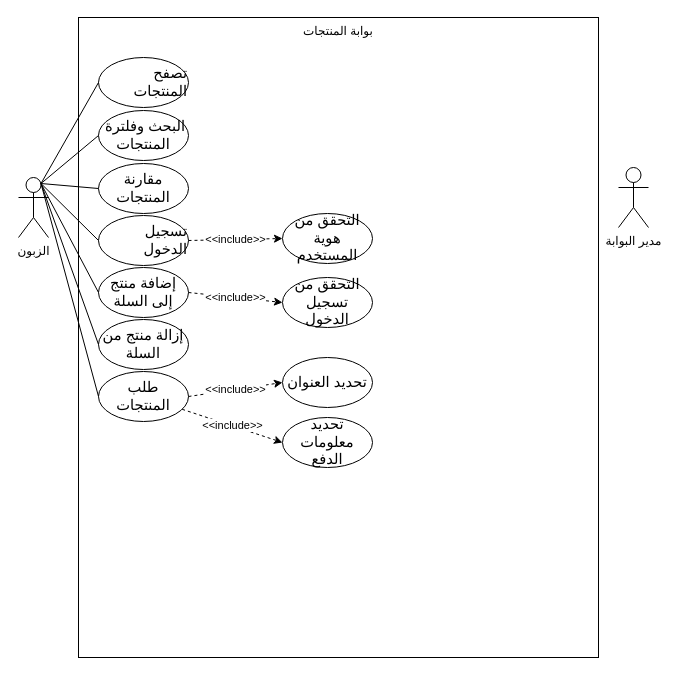
Earlier version of the draw.io diagram SVU hw.drawio (anaslaham/AlanWalker). Source tidied: cells renumbered, new cells numbered last; positions are measured from the earlier drawing's top-left corner, leaving out a move shared by most shapes. Both pictures are drawn from the tidied source at 100%, with x=0, y=0 at pixel (18, 17).
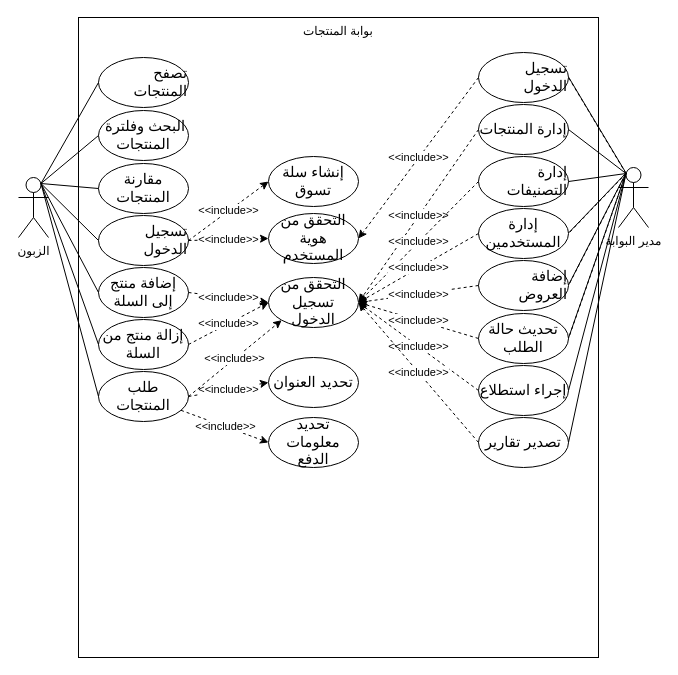
Above is the later version.

Unchanged cells that the change refers to:
```xml
<mxCell id="4" value="مدير البوابة" style="shape=umlActor;verticalLabelPosition=bottom;verticalAlign=top;html=1;outlineConnect=0;" parent="1" vertex="1">
  <mxGeometry x="600" y="150" width="30" height="60" as="geometry" />
</mxCell>
<mxCell id="11" value="&lt;div style=&quot;text-align: right;&quot;&gt;&lt;div&gt;&lt;font face=&quot;Arial&quot;&gt;&lt;span style=&quot;font-size: 14.6667px;&quot;&gt;تسجيل الدخول&lt;/span&gt;&lt;/font&gt;&lt;/div&gt;&lt;/div&gt;" style="ellipse;whiteSpace=wrap;html=1;" parent="1" vertex="1">
  <mxGeometry x="80" y="198" width="90" height="50" as="geometry" />
</mxCell>
<mxCell id="14" value="&lt;div style=&quot;&quot;&gt;&lt;font face=&quot;Arial&quot;&gt;&lt;span style=&quot;font-size: 14.6667px;&quot;&gt;إزالة منتج من السلة&lt;/span&gt;&lt;/font&gt;&lt;/div&gt;" style="ellipse;whiteSpace=wrap;html=1;align=center;" parent="1" vertex="1">
  <mxGeometry x="80" y="302" width="90" height="50" as="geometry" />
</mxCell>
<mxCell id="15" value="&lt;div style=&quot;&quot;&gt;&lt;font face=&quot;Arial&quot;&gt;&lt;span style=&quot;font-size: 14.6667px;&quot;&gt;طلب المنتجات&lt;/span&gt;&lt;/font&gt;&lt;/div&gt;" style="ellipse;whiteSpace=wrap;html=1;align=center;" parent="1" vertex="1">
  <mxGeometry x="80" y="354" width="90" height="50" as="geometry" />
</mxCell>
```

What changed in the source:
```diff
@@
     <mxCell id="16" value="&lt;div style=&quot;&quot;&gt;&lt;font face=&quot;Arial&quot;&gt;&lt;span style=&quot;font-size: 14.6667px;&quot;&gt;تحديد معلومات الدفع&lt;/span&gt;&lt;/font&gt;&lt;/div&gt;" style="ellipse;whiteSpace=wrap;html=1;align=center;" parent="1" vertex="1">
-      <mxGeometry x="264" y="400" width="90" height="50" as="geometry" />
+      <mxGeometry x="250" y="400" width="90" height="50" as="geometry" />
     </mxCell>
     <mxCell id="17" value="&lt;div style=&quot;&quot;&gt;&lt;font face=&quot;Arial&quot;&gt;&lt;span style=&quot;font-size: 14.6667px;&quot;&gt;تحديد العنوان&lt;/span&gt;&lt;/font&gt;&lt;/div&gt;" style="ellipse;whiteSpace=wrap;html=1;align=center;" parent="1" vertex="1">
-      <mxGeometry x="264" y="340" width="90" height="50" as="geometry" />
+      <mxGeometry x="250" y="340" width="90" height="50" as="geometry" />
     </mxCell>
     <mxCell id="18" value="&lt;div style=&quot;&quot;&gt;&lt;font face=&quot;Arial&quot;&gt;&lt;span style=&quot;font-size: 14.6667px;&quot;&gt;التحقق من تسجيل الدخول&lt;/span&gt;&lt;/font&gt;&lt;/div&gt;" style="ellipse;whiteSpace=wrap;html=1;align=center;" parent="1" vertex="1">
-      <mxGeometry x="264" y="260" width="90" height="50" as="geometry" />
+      <mxGeometry x="250" y="260" width="90" height="50" as="geometry" />
     </mxCell>
@@
     <mxCell id="22" value="&lt;div style=&quot;&quot;&gt;&lt;font face=&quot;Arial&quot;&gt;&lt;span style=&quot;font-size: 14.6667px;&quot;&gt;التحقق من هوية المستخدم&lt;/span&gt;&lt;/font&gt;&lt;/div&gt;" style="ellipse;whiteSpace=wrap;html=1;align=center;" parent="1" vertex="1">
-      <mxGeometry x="264" y="196" width="90" height="50" as="geometry" />
+      <mxGeometry x="250" y="196" width="90" height="50" as="geometry" />
     </mxCell>
@@
+    <mxCell id="27" value="&amp;lt;&amp;lt;include&amp;gt;&amp;gt;" style="endArrow=classic;html=1;rounded=0;exitX=1;exitY=0.5;exitDx=0;exitDy=0;entryX=0;entryY=0.5;entryDx=0;entryDy=0;dashed=1;" parent="1" edge="1" source="14" target="18">
+      <mxGeometry relative="1" as="geometry" />
+    </mxCell>
+    <mxCell id="28" value="&amp;lt;&amp;lt;include&amp;gt;&amp;gt;" style="endArrow=classic;html=1;rounded=0;exitX=1;exitY=0.5;exitDx=0;exitDy=0;entryX=0;entryY=1;entryDx=0;entryDy=0;dashed=1;" parent="1" edge="1" source="15" target="18">
+      <mxGeometry relative="1" as="geometry" />
+    </mxCell>
+    <mxCell id="29" value="&lt;div style=&quot;text-align: right;&quot;&gt;&lt;div&gt;&lt;font face=&quot;Arial&quot;&gt;&lt;span style=&quot;font-size: 14.6667px;&quot;&gt;إدارة المنتجات&lt;/span&gt;&lt;/font&gt;&lt;/div&gt;&lt;/div&gt;" style="ellipse;whiteSpace=wrap;html=1;" parent="1" vertex="1">
+      <mxGeometry x="460" y="87" width="90" height="50" as="geometry" />
+    </mxCell>
+    <mxCell id="30" value="&lt;div style=&quot;text-align: right;&quot;&gt;&lt;div&gt;&lt;font face=&quot;Arial&quot;&gt;&lt;span style=&quot;font-size: 14.6667px;&quot;&gt;إدارة التصنيفات&lt;/span&gt;&lt;/font&gt;&lt;/div&gt;&lt;/div&gt;" style="ellipse;whiteSpace=wrap;html=1;" parent="1" vertex="1">
+      <mxGeometry x="460" y="139" width="90" height="50" as="geometry" />
+    </mxCell>
+    <mxCell id="31" value="&lt;div style=&quot;&quot;&gt;&lt;div&gt;&lt;font face=&quot;Arial&quot;&gt;&lt;span style=&quot;font-size: 14.6667px;&quot;&gt;إدارة المستخدمين&lt;/span&gt;&lt;/font&gt;&lt;/div&gt;&lt;/div&gt;" style="ellipse;whiteSpace=wrap;html=1;align=center;" parent="1" vertex="1">
+      <mxGeometry x="460" y="191" width="90" height="50" as="geometry" />
+    </mxCell>
+    <mxCell id="32" value="&lt;div style=&quot;text-align: right;&quot;&gt;&lt;div&gt;&lt;font face=&quot;Arial&quot;&gt;&lt;span style=&quot;font-size: 14.6667px;&quot;&gt;إضافة العروض&lt;/span&gt;&lt;/font&gt;&lt;/div&gt;&lt;/div&gt;" style="ellipse;whiteSpace=wrap;html=1;" parent="1" vertex="1">
+      <mxGeometry x="460" y="243" width="90" height="50" as="geometry" />
+    </mxCell>
+    <mxCell id="33" value="&lt;div style=&quot;&quot;&gt;&lt;div&gt;&lt;font face=&quot;Arial&quot;&gt;&lt;span style=&quot;font-size: 14.6667px;&quot;&gt;تحديث حالة الطلب&lt;/span&gt;&lt;/font&gt;&lt;/div&gt;&lt;/div&gt;" style="ellipse;whiteSpace=wrap;html=1;align=center;" parent="1" vertex="1">
+      <mxGeometry x="460" y="296" width="90" height="50" as="geometry" />
+    </mxCell>
+    <mxCell id="34" value="&lt;div style=&quot;text-align: right;&quot;&gt;&lt;div&gt;&lt;font face=&quot;Arial&quot;&gt;&lt;span style=&quot;font-size: 14.6667px;&quot;&gt;إجراء استطلاع&lt;/span&gt;&lt;/font&gt;&lt;/div&gt;&lt;/div&gt;" style="ellipse;whiteSpace=wrap;html=1;" parent="1" vertex="1">
+      <mxGeometry x="460" y="348" width="90" height="50" as="geometry" />
+    </mxCell>
+    <mxCell id="35" value="&lt;div style=&quot;text-align: right;&quot;&gt;&lt;font face=&quot;Arial&quot;&gt;&lt;span style=&quot;font-size: 14.6667px;&quot;&gt;تصدير تقارير&lt;/span&gt;&lt;/font&gt;&lt;/div&gt;" style="ellipse;whiteSpace=wrap;html=1;" parent="1" vertex="1">
+      <mxGeometry x="460" y="400" width="90" height="50" as="geometry" />
+    </mxCell>
+    <mxCell id="36" value="&lt;div style=&quot;text-align: right;&quot;&gt;&lt;div&gt;&lt;font face=&quot;Arial&quot;&gt;&lt;span style=&quot;font-size: 14.6667px;&quot;&gt;تسجيل الدخول&lt;/span&gt;&lt;/font&gt;&lt;/div&gt;&lt;/div&gt;" style="ellipse;whiteSpace=wrap;html=1;" parent="1" vertex="1">
+      <mxGeometry x="460" y="35" width="90" height="50" as="geometry" />
+    </mxCell>
+    <mxCell id="37" style="endArrow=none;html=1;rounded=0;dashed=1;entryX=1;entryY=0.5;entryDx=0;entryDy=0;exitX=0.25;exitY=0.1;exitDx=0;exitDy=0;exitPerimeter=0;" parent="1" edge="1" source="4" target="36">
+      <mxGeometry relative="1" as="geometry" />
+    </mxCell>
+    <mxCell id="38" style="endArrow=none;html=1;rounded=0;entryX=1;entryY=0.5;entryDx=0;entryDy=0;exitX=0.25;exitY=0.1;exitDx=0;exitDy=0;exitPerimeter=0;" parent="1" edge="1" source="4" target="29">
+      <mxGeometry relative="1" as="geometry" />
+    </mxCell>
+    <mxCell id="39" style="endArrow=none;html=1;rounded=0;entryX=1;entryY=0.5;entryDx=0;entryDy=0;exitX=0.25;exitY=0.1;exitDx=0;exitDy=0;exitPerimeter=0;" parent="1" edge="1" source="4" target="30">
+      <mxGeometry relative="1" as="geometry" />
+    </mxCell>
+    <mxCell id="40" style="endArrow=none;html=1;rounded=0;dashed=1;entryX=1;entryY=0.5;entryDx=0;entryDy=0;exitX=0.25;exitY=0.1;exitDx=0;exitDy=0;exitPerimeter=0;" parent="1" edge="1" source="4" target="31">
+      <mxGeometry relative="1" as="geometry" />
+    </mxCell>
+    <mxCell id="41" style="endArrow=none;html=1;rounded=0;dashed=1;entryX=1;entryY=0.5;entryDx=0;entryDy=0;exitX=0.25;exitY=0.1;exitDx=0;exitDy=0;exitPerimeter=0;" parent="1" edge="1" source="4" target="32">
+      <mxGeometry relative="1" as="geometry" />
+    </mxCell>
+    <mxCell id="42" style="endArrow=none;html=1;rounded=0;dashed=1;entryX=1;entryY=0.5;entryDx=0;entryDy=0;exitX=0.25;exitY=0.1;exitDx=0;exitDy=0;exitPerimeter=0;" parent="1" edge="1" source="4" target="33">
+      <mxGeometry relative="1" as="geometry" />
+    </mxCell>
+    <mxCell id="43" style="endArrow=none;html=1;rounded=0;entryX=1;entryY=0.5;entryDx=0;entryDy=0;exitX=0.25;exitY=0.1;exitDx=0;exitDy=0;exitPerimeter=0;" parent="1" edge="1" source="4" target="34">
+      <mxGeometry relative="1" as="geometry" />
+    </mxCell>
+    <mxCell id="44" style="endArrow=none;html=1;rounded=0;entryX=1;entryY=0.5;entryDx=0;entryDy=0;exitX=0.25;exitY=0.1;exitDx=0;exitDy=0;exitPerimeter=0;" parent="1" edge="1" source="4" target="35">
+      <mxGeometry relative="1" as="geometry" />
+    </mxCell>
+    <mxCell id="45" style="endArrow=none;html=1;rounded=0;entryX=1;entryY=0.5;entryDx=0;entryDy=0;exitX=0.25;exitY=0.1;exitDx=0;exitDy=0;exitPerimeter=0;" parent="1" edge="1">
+      <mxGeometry relative="1" as="geometry">
+        <mxPoint x="607.5" y="155.5" as="sourcePoint" />
+        <mxPoint x="550" y="59.5" as="targetPoint" />
+      </mxGeometry>
+    </mxCell>
+    <mxCell id="46" style="endArrow=none;html=1;rounded=0;entryX=1;entryY=0.5;entryDx=0;entryDy=0;exitX=0.25;exitY=0.1;exitDx=0;exitDy=0;exitPerimeter=0;" parent="1" edge="1">
+      <mxGeometry relative="1" as="geometry">
+        <mxPoint x="607.5" y="155.5" as="sourcePoint" />
+        <mxPoint x="550" y="215.5" as="targetPoint" />
+      </mxGeometry>
+    </mxCell>
+    <mxCell id="47" style="endArrow=none;html=1;rounded=0;entryX=1;entryY=0.5;entryDx=0;entryDy=0;exitX=0.25;exitY=0.1;exitDx=0;exitDy=0;exitPerimeter=0;" parent="1" edge="1">
+      <mxGeometry relative="1" as="geometry">
+        <mxPoint x="607.5" y="155.5" as="sourcePoint" />
+        <mxPoint x="550" y="320.5" as="targetPoint" />
+      </mxGeometry>
+    </mxCell>
+    <mxCell id="48" style="endArrow=none;html=1;rounded=0;entryX=1;entryY=0.5;entryDx=0;entryDy=0;exitX=0.25;exitY=0.1;exitDx=0;exitDy=0;exitPerimeter=0;" parent="1" edge="1">
+      <mxGeometry relative="1" as="geometry">
+        <mxPoint x="607.5" y="155.5" as="sourcePoint" />
+        <mxPoint x="550" y="267.5" as="targetPoint" />
+      </mxGeometry>
+    </mxCell>
+    <mxCell id="49" value="&amp;lt;&amp;lt;include&amp;gt;&amp;gt;" style="endArrow=classic;html=1;rounded=0;exitX=0;exitY=0.5;exitDx=0;exitDy=0;entryX=1;entryY=0.5;entryDx=0;entryDy=0;dashed=1;" parent="1" edge="1" source="36" target="22">
+      <mxGeometry relative="1" as="geometry" />
+    </mxCell>
+    <mxCell id="50" value="&amp;lt;&amp;lt;include&amp;gt;&amp;gt;" style="endArrow=classic;html=1;rounded=0;exitX=0;exitY=0.5;exitDx=0;exitDy=0;entryX=1;entryY=0.5;entryDx=0;entryDy=0;dashed=1;" parent="1" edge="1" source="29" target="18">
+      <mxGeometry relative="1" as="geometry" />
+    </mxCell>
+    <mxCell id="51" value="&amp;lt;&amp;lt;include&amp;gt;&amp;gt;" style="endArrow=classic;html=1;rounded=0;exitX=0;exitY=0.5;exitDx=0;exitDy=0;entryX=1;entryY=0.5;entryDx=0;entryDy=0;dashed=1;" parent="1" edge="1" source="30" target="18">
+      <mxGeometry relative="1" as="geometry" />
+    </mxCell>
+    <mxCell id="52" value="&amp;lt;&amp;lt;include&amp;gt;&amp;gt;" style="endArrow=classic;html=1;rounded=0;exitX=0;exitY=0.5;exitDx=0;exitDy=0;entryX=1;entryY=0.5;entryDx=0;entryDy=0;dashed=1;" parent="1" edge="1" source="31" target="18">
+      <mxGeometry relative="1" as="geometry" />
+    </mxCell>
+    <mxCell id="53" value="&amp;lt;&amp;lt;include&amp;gt;&amp;gt;" style="endArrow=classic;html=1;rounded=0;exitX=0;exitY=0.5;exitDx=0;exitDy=0;entryX=1;entryY=0.5;entryDx=0;entryDy=0;dashed=1;" parent="1" edge="1" source="32" target="18">
+      <mxGeometry relative="1" as="geometry" />
+    </mxCell>
+    <mxCell id="54" value="&amp;lt;&amp;lt;include&amp;gt;&amp;gt;" style="endArrow=classic;html=1;rounded=0;exitX=0;exitY=0.5;exitDx=0;exitDy=0;entryX=1;entryY=0.5;entryDx=0;entryDy=0;dashed=1;" parent="1" edge="1" source="33" target="18">
+      <mxGeometry relative="1" as="geometry" />
+    </mxCell>
+    <mxCell id="55" value="&amp;lt;&amp;lt;include&amp;gt;&amp;gt;" style="endArrow=classic;html=1;rounded=0;exitX=0;exitY=0.5;exitDx=0;exitDy=0;entryX=1;entryY=0.5;entryDx=0;entryDy=0;dashed=1;" parent="1" edge="1" source="34" target="18">
+      <mxGeometry relative="1" as="geometry" />
+    </mxCell>
+    <mxCell id="56" value="&amp;lt;&amp;lt;include&amp;gt;&amp;gt;" style="endArrow=classic;html=1;rounded=0;exitX=0;exitY=0.5;exitDx=0;exitDy=0;entryX=1;entryY=0.5;entryDx=0;entryDy=0;dashed=1;" parent="1" edge="1" source="35" target="18">
+      <mxGeometry relative="1" as="geometry" />
+    </mxCell>
+    <mxCell id="57" value="&lt;div style=&quot;&quot;&gt;&lt;font face=&quot;Arial&quot;&gt;&lt;span style=&quot;font-size: 14.6667px;&quot;&gt;إنشاء سلة تسوق&lt;/span&gt;&lt;/font&gt;&lt;/div&gt;" style="ellipse;whiteSpace=wrap;html=1;align=center;" parent="1" vertex="1">
+      <mxGeometry x="250" y="139" width="90" height="50" as="geometry" />
+    </mxCell>
+    <mxCell id="58" value="&amp;lt;&amp;lt;include&amp;gt;&amp;gt;" style="endArrow=classic;html=1;rounded=0;exitX=1;exitY=0.5;exitDx=0;exitDy=0;entryX=0;entryY=0.5;entryDx=0;entryDy=0;dashed=1;" parent="1" edge="1" source="11" target="57">
+      <mxGeometry relative="1" as="geometry" />
+    </mxCell>
```
